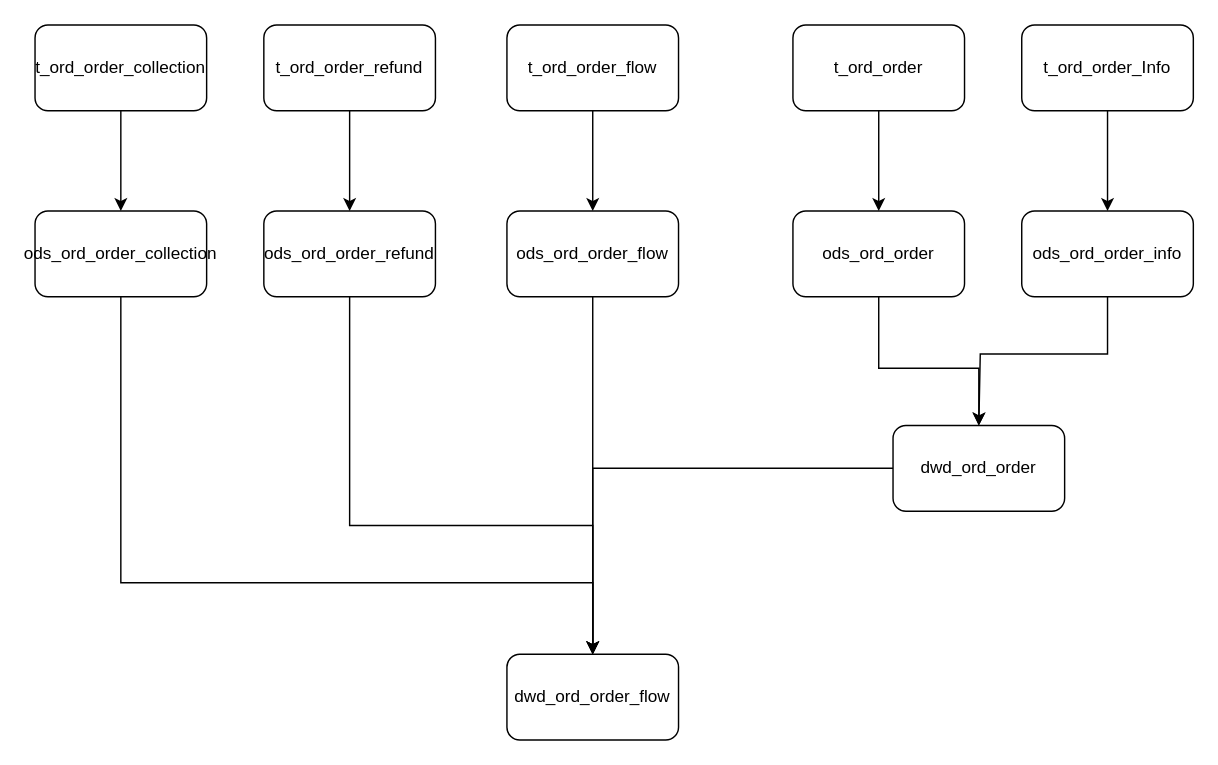
Earlier version of the draw.io diagram 实时订单处理.drawio (hhyouyou/draw). Source tidied: cells renumbered, new cells numbered last; positions are measured from the earlier drawing's top-left corner, leaving out a move shared by most shapes. Both pictures are drawn from the tidied source at 143%, with x=0, y=0 at pixel (34, 24).
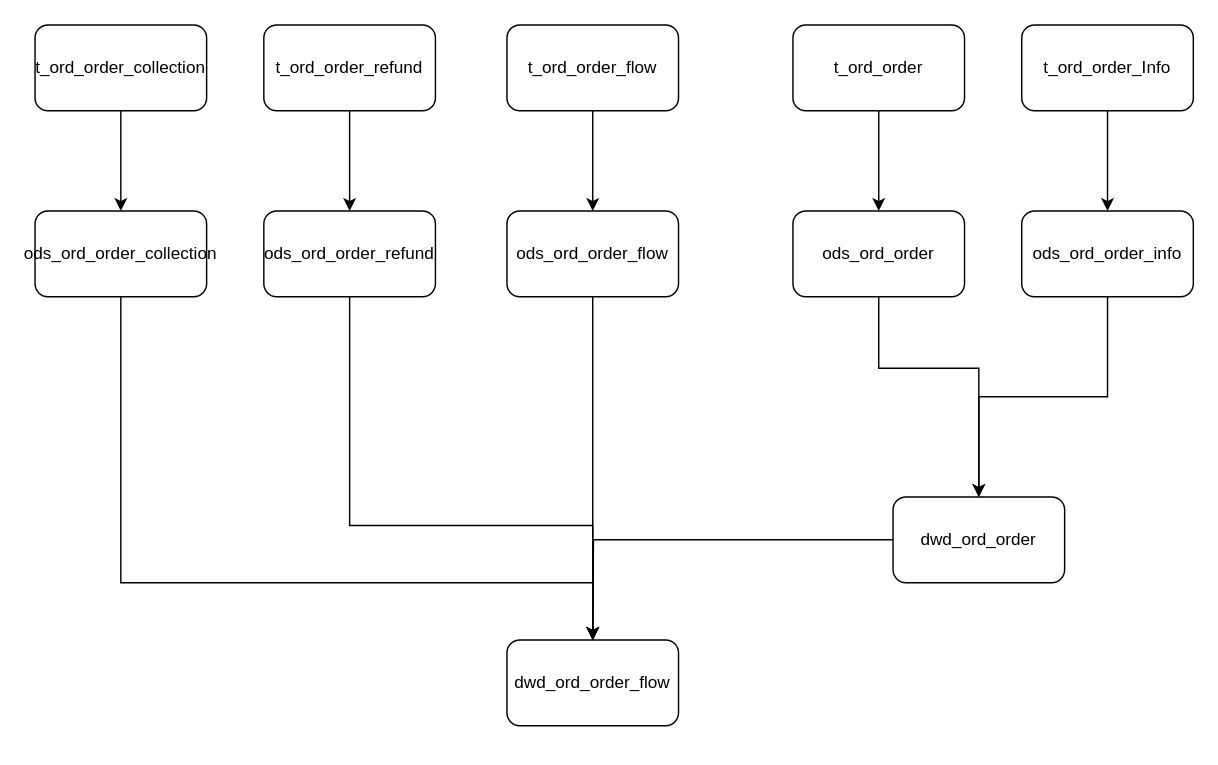
Above is the later version.

Commit message (it also covers changes not shown here):
更新实时订单处理.drawio

Unchanged cells that the change refers to:
```xml
<mxCell id="11" value="ods_ord_order_info" style="rounded=1;whiteSpace=wrap;html=1;" parent="1" vertex="1">
  <mxGeometry x="690" y="130" width="120" height="60" as="geometry" />
</mxCell>
```

Change to the diagram source:
```diff
@@
-    <mxCell id="10" style="edgeStyle=orthogonalEdgeStyle;rounded=0;jettySize=auto;html=1;" parent="1" edge="1" source="11">
-      <mxGeometry relative="1" as="geometry">
-        <mxPoint x="660" y="280" as="targetPoint" />
-        <Array as="points">
-          <mxPoint x="750" y="230" />
-          <mxPoint x="661" y="230" />
-        </Array>
-      </mxGeometry>
-    </mxCell>
+    <mxCell id="25" style="edgeStyle=orthogonalEdgeStyle;rounded=0;jettySize=auto;html=1;entryX=0.5;entryY=0;entryDx=0;entryDy=0;" parent="1" edge="1" source="11" target="15">
+      <mxGeometry relative="1" as="geometry" />
+    </mxCell>
@@
-    <mxCell id="14" style="edgeStyle=orthogonalEdgeStyle;rounded=0;jettySize=auto;html=1;entryX=0.5;entryY=0;entryDx=0;entryDy=0;" parent="1" edge="1" source="15" target="16">
-      <mxGeometry relative="1" as="geometry" />
-    </mxCell>
+    <mxCell id="26" style="edgeStyle=orthogonalEdgeStyle;rounded=0;jettySize=auto;html=1;" parent="1" edge="1" source="15">
+      <mxGeometry relative="1" as="geometry">
+        <mxPoint x="390" y="430" as="targetPoint" />
+      </mxGeometry>
+    </mxCell>
     <mxCell id="15" value="dwd_ord_order" style="rounded=1;whiteSpace=wrap;html=1;" parent="1" vertex="1">
-      <mxGeometry x="600" y="280" width="120" height="60" as="geometry" />
+      <mxGeometry x="600" y="330" width="120" height="60" as="geometry" />
     </mxCell>
     <mxCell id="16" value="dwd_ord_order_flow" style="rounded=1;whiteSpace=wrap;html=1;" parent="1" vertex="1">
-      <mxGeometry x="330" y="440" width="120" height="60" as="geometry" />
+      <mxGeometry x="330" y="430" width="120" height="60" as="geometry" />
     </mxCell>
```
